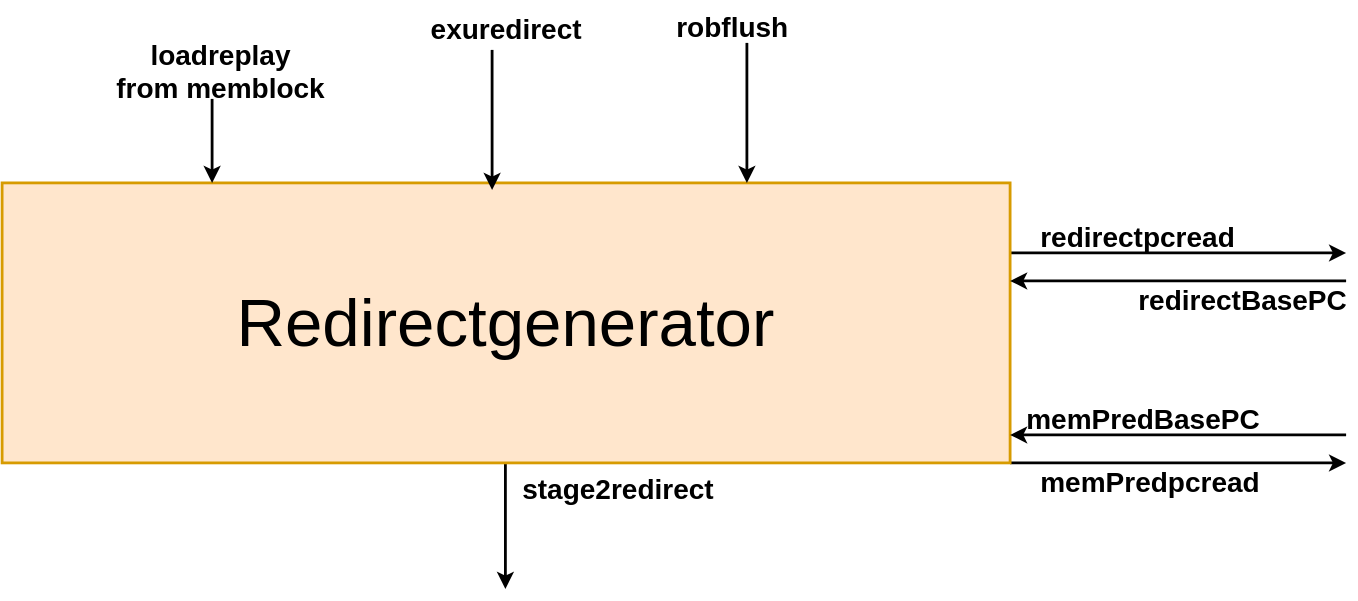
Before: docs/backend/CtrlBlock/figure/Redirect-Overview.svg, a diagram exported from draw.io (OpenXiangShan/XiangShan-Design-Doc). Source tidied: cells renumbered, new cells last; positions are measured from the earlier drawing's top-left corner, leaving out a move shared by most shapes. Source of this version:
```xml
<mxGraphModel>
  <root>
    <mxCell id="0" />
    <mxCell id="1" parent="0" />
    <mxCell id="2" style="edgeStyle=orthogonalEdgeStyle;rounded=0;jettySize=auto;html=1;entryX=0.75;entryY=1;entryDx=0;entryDy=0;strokeWidth=2;" parent="1" edge="1" source="5">
      <mxGeometry relative="1" as="geometry">
        <mxPoint x="359.5" y="420" as="targetPoint" />
      </mxGeometry>
    </mxCell>
    <mxCell id="3" style="edgeStyle=orthogonalEdgeStyle;rounded=0;jettySize=auto;html=1;exitX=1;exitY=0.25;exitDx=0;exitDy=0;entryX=0;entryY=0.25;entryDx=0;entryDy=0;strokeWidth=2;" parent="1" edge="1" source="5">
      <mxGeometry relative="1" as="geometry">
        <mxPoint x="960" y="180" as="targetPoint" />
      </mxGeometry>
    </mxCell>
    <mxCell id="4" style="edgeStyle=orthogonalEdgeStyle;rounded=0;jettySize=auto;html=1;exitX=1;exitY=1;exitDx=0;exitDy=0;entryX=0;entryY=1;entryDx=0;entryDy=0;strokeWidth=2;" parent="1" edge="1" source="5">
      <mxGeometry relative="1" as="geometry">
        <mxPoint x="960" y="330" as="targetPoint" />
        <Array as="points">
          <mxPoint x="840" y="330" />
          <mxPoint x="840" y="330" />
        </Array>
      </mxGeometry>
    </mxCell>
    <mxCell id="5" value="&lt;font style=&quot;font-size: 48px;&quot;&gt;Redirectgenerator&lt;/font&gt;" style="rounded=0;whiteSpace=wrap;html=1;fillColor=#ffe6cc;strokeColor=#d79b00;strokeWidth=2;" parent="1" vertex="1">
      <mxGeometry y="130" width="720" height="200" as="geometry" />
    </mxCell>
    <mxCell id="6" value="&lt;div style=&quot;text-align: center;&quot;&gt;&lt;span style=&quot;font-size: 20px; text-wrap: nowrap;&quot;&gt;&lt;b&gt;robflush&lt;/b&gt;&lt;/span&gt;&lt;/div&gt;" style="text;whiteSpace=wrap;html=1;" parent="1" vertex="1">
      <mxGeometry x="480" width="140" height="50" as="geometry" />
    </mxCell>
    <mxCell id="7" style="endArrow=classic;html=1;rounded=0;fontSize=20;entryX=0.25;entryY=0;entryDx=0;entryDy=0;strokeWidth=2;fontStyle=1;" parent="1" edge="1" source="14">
      <mxGeometry x="0.5" relative="1" as="geometry">
        <mxPoint x="150" y="130" as="targetPoint" />
      </mxGeometry>
    </mxCell>
    <mxCell id="8" value="&lt;div style=&quot;text-align: center;&quot;&gt;&lt;span style=&quot;background-color: initial; font-size: 20px; text-wrap: nowrap;&quot;&gt;&lt;b&gt;stage2redirect&lt;/b&gt;&lt;/span&gt;&lt;/div&gt;" style="text;whiteSpace=wrap;html=1;" parent="1" vertex="1">
      <mxGeometry x="370" y="330" width="140" height="50" as="geometry" />
    </mxCell>
    <mxCell id="9" style="edgeStyle=orthogonalEdgeStyle;rounded=0;orthogonalLoop=1;jettySize=auto;html=1;entryX=1;entryY=0.5;entryDx=0;entryDy=0;strokeWidth=2;" parent="1" edge="1">
      <mxGeometry relative="1" as="geometry">
        <mxPoint x="960" y="200" as="sourcePoint" />
        <mxPoint x="720" y="200" as="targetPoint" />
        <Array as="points">
          <mxPoint x="910" y="200" />
          <mxPoint x="910" y="200" />
        </Array>
      </mxGeometry>
    </mxCell>
    <mxCell id="10" value="&lt;div style=&quot;text-align: center;&quot;&gt;&lt;span style=&quot;font-size: 20px; text-wrap: nowrap;&quot;&gt;&lt;b&gt;redirectpcread&lt;/b&gt;&lt;/span&gt;&lt;/div&gt;" style="text;whiteSpace=wrap;html=1;" parent="1" vertex="1">
      <mxGeometry x="740" y="150" width="140" height="50" as="geometry" />
    </mxCell>
    <mxCell id="11" value="&lt;div style=&quot;text-align: center;&quot;&gt;&lt;span style=&quot;font-size: 20px; text-wrap: nowrap;&quot;&gt;&lt;b&gt;redirectBasePC&lt;/b&gt;&lt;/span&gt;&lt;/div&gt;" style="text;whiteSpace=wrap;html=1;" parent="1" vertex="1">
      <mxGeometry x="810" y="195" width="140" height="25" as="geometry" />
    </mxCell>
    <mxCell id="12" value="&lt;div style=&quot;text-align: center;&quot;&gt;&lt;span style=&quot;font-size: 20px; text-wrap: nowrap;&quot;&gt;&lt;b&gt;memPredBasePC&lt;/b&gt;&lt;/span&gt;&lt;/div&gt;" style="text;whiteSpace=wrap;html=1;" parent="1" vertex="1">
      <mxGeometry x="730" y="280" width="140" height="50" as="geometry" />
    </mxCell>
    <mxCell id="13" value="&lt;div style=&quot;text-align: center;&quot;&gt;&lt;span style=&quot;font-size: 20px; text-wrap: nowrap;&quot;&gt;&lt;b&gt;memPredpcread&lt;/b&gt;&lt;/span&gt;&lt;/div&gt;" style="text;whiteSpace=wrap;html=1;" parent="1" vertex="1">
      <mxGeometry x="740" y="325" width="140" height="50" as="geometry" />
    </mxCell>
    <mxCell id="14" value="&lt;div style=&quot;text-align: center;&quot;&gt;&lt;span style=&quot;background-color: initial; font-size: 20px; text-wrap: nowrap;&quot;&gt;&lt;b&gt;loadreplay&lt;/b&gt;&lt;/span&gt;&lt;/div&gt;&lt;div style=&quot;text-align: center;&quot;&gt;&lt;span style=&quot;background-color: initial; font-size: 20px; text-wrap: nowrap;&quot;&gt;&lt;b&gt;from memblock&lt;/b&gt;&lt;/span&gt;&lt;/div&gt;" style="text;whiteSpace=wrap;html=1;" parent="1" vertex="1">
      <mxGeometry x="80" y="20" width="140" height="50" as="geometry" />
    </mxCell>
    <mxCell id="15" value="&lt;b&gt;exuredirect&lt;/b&gt;" style="endArrow=classic;html=1;rounded=0;fontSize=20;entryX=0.75;entryY=0;entryDx=0;entryDy=0;labelBackgroundColor=none;strokeWidth=2;fontStyle=1;" parent="1" edge="1">
      <mxGeometry x="-1" y="18" relative="1" as="geometry">
        <mxPoint x="350" y="35" as="sourcePoint" />
        <mxPoint x="350" y="135" as="targetPoint" />
        <mxPoint x="-8" y="-15" as="offset" />
      </mxGeometry>
    </mxCell>
    <mxCell id="16" style="endArrow=classic;html=1;rounded=0;fontSize=20;entryX=0.75;entryY=0;entryDx=0;entryDy=0;labelBackgroundColor=none;strokeWidth=2;fontStyle=1;" parent="1" edge="1">
      <mxGeometry x="-1" y="18" relative="1" as="geometry">
        <mxPoint x="532" y="30" as="sourcePoint" />
        <mxPoint x="532" y="130" as="targetPoint" />
        <mxPoint x="-8" y="-15" as="offset" />
      </mxGeometry>
    </mxCell>
    <mxCell id="17" style="edgeStyle=orthogonalEdgeStyle;rounded=0;orthogonalLoop=1;jettySize=auto;html=1;entryX=1;entryY=0.5;entryDx=0;entryDy=0;strokeWidth=2;" parent="1" edge="1">
      <mxGeometry relative="1" as="geometry">
        <mxPoint x="960" y="310" as="sourcePoint" />
        <mxPoint x="720" y="310" as="targetPoint" />
        <Array as="points">
          <mxPoint x="910" y="310" />
          <mxPoint x="910" y="310" />
        </Array>
      </mxGeometry>
    </mxCell>
  </root>
</mxGraphModel>
```
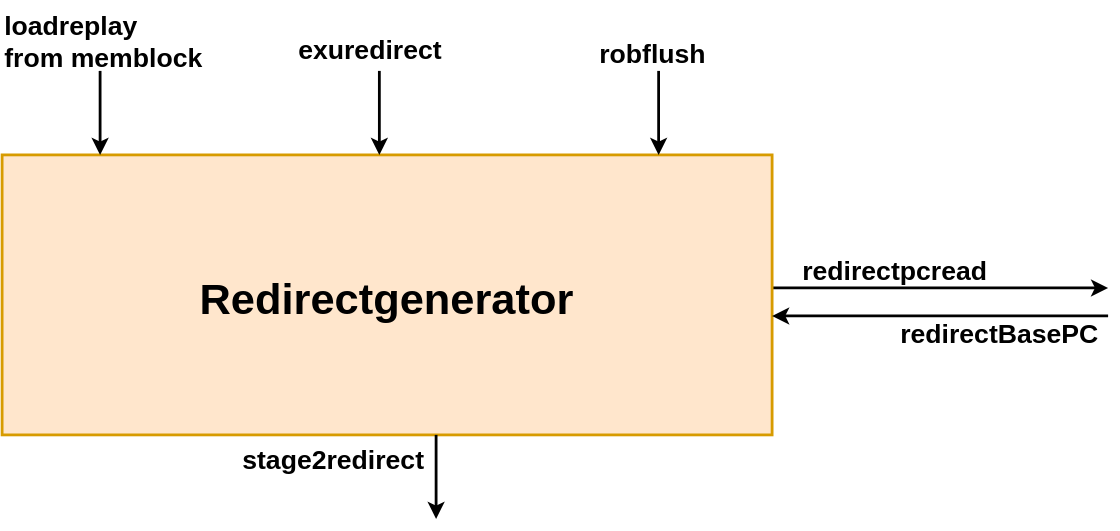
Later version of the same file.

What changed in the source:
```diff
@@ -2,87 +2,65 @@
   <root>
     <mxCell id="0" />
     <mxCell id="1" parent="0" />
-    <mxCell id="2" style="edgeStyle=orthogonalEdgeStyle;rounded=0;jettySize=auto;html=1;entryX=0.75;entryY=1;entryDx=0;entryDy=0;strokeWidth=2;" parent="1" edge="1" source="5">
+    <mxCell id="2" style="edgeStyle=orthogonalEdgeStyle;rounded=0;orthogonalLoop=1;jettySize=auto;exitX=1;exitY=0.25;exitDx=0;exitDy=0;entryX=0;entryY=0.25;entryDx=0;entryDy=0;strokeWidth=2;fontStyle=1;fontSize=19;" parent="1" edge="1">
       <mxGeometry relative="1" as="geometry">
-        <mxPoint x="359.5" y="420" as="targetPoint" />
+        <mxPoint x="880" y="-3205" as="sourcePoint" />
+        <mxPoint x="1120" y="-3205" as="targetPoint" />
       </mxGeometry>
     </mxCell>
-    <mxCell id="3" style="edgeStyle=orthogonalEdgeStyle;rounded=0;jettySize=auto;html=1;exitX=1;exitY=0.25;exitDx=0;exitDy=0;entryX=0;entryY=0.25;entryDx=0;entryDy=0;strokeWidth=2;" parent="1" edge="1" source="5">
-      <mxGeometry relative="1" as="geometry">
-        <mxPoint x="960" y="180" as="targetPoint" />
-      </mxGeometry>
+    <mxCell id="3" value="Redirectgenerator" style="rounded=0;fillColor=#ffe6cc;strokeColor=#d79b00;strokeWidth=2;fontStyle=1;fontSize=31;" parent="1" vertex="1">
+      <mxGeometry x="330" y="-3300" width="550" height="200" as="geometry" />
     </mxCell>
-    <mxCell id="4" style="edgeStyle=orthogonalEdgeStyle;rounded=0;jettySize=auto;html=1;exitX=1;exitY=1;exitDx=0;exitDy=0;entryX=0;entryY=1;entryDx=0;entryDy=0;strokeWidth=2;" parent="1" edge="1" source="5">
-      <mxGeometry relative="1" as="geometry">
-        <mxPoint x="960" y="330" as="targetPoint" />
-        <Array as="points">
-          <mxPoint x="840" y="330" />
-          <mxPoint x="840" y="330" />
-        </Array>
-      </mxGeometry>
+    <mxCell id="4" value="exuredirect" style="text;fontStyle=1;fontSize=19;" parent="1" vertex="1">
+      <mxGeometry x="540" y="-3393" width="140" height="53" as="geometry" />
     </mxCell>
-    <mxCell id="5" value="&lt;font style=&quot;font-size: 48px;&quot;&gt;Redirectgenerator&lt;/font&gt;" style="rounded=0;whiteSpace=wrap;html=1;fillColor=#ffe6cc;strokeColor=#d79b00;strokeWidth=2;" parent="1" vertex="1">
-      <mxGeometry y="130" width="720" height="200" as="geometry" />
+    <mxCell id="5" value="robflush" style="text;fontStyle=1;fontSize=19;" parent="1" vertex="1">
+      <mxGeometry x="755" y="-3390" width="140" height="50" as="geometry" />
     </mxCell>
-    <mxCell id="6" value="&lt;div style=&quot;text-align: center;&quot;&gt;&lt;span style=&quot;font-size: 20px; text-wrap: nowrap;&quot;&gt;&lt;b&gt;robflush&lt;/b&gt;&lt;/span&gt;&lt;/div&gt;" style="text;whiteSpace=wrap;html=1;" parent="1" vertex="1">
-      <mxGeometry x="480" width="140" height="50" as="geometry" />
+    <mxCell id="6" style="endArrow=classic;rounded=0;fontSize=19;entryX=0.25;entryY=0;entryDx=0;entryDy=0;strokeWidth=2;fontStyle=1;" parent="1" edge="1" source="11">
+      <mxGeometry x="0.5" relative="1" as="geometry">
+        <mxPoint x="400" y="-3300" as="targetPoint" />
+      </mxGeometry>
     </mxCell>
-    <mxCell id="7" style="endArrow=classic;html=1;rounded=0;fontSize=20;entryX=0.25;entryY=0;entryDx=0;entryDy=0;strokeWidth=2;fontStyle=1;" parent="1" edge="1" source="14">
-      <mxGeometry x="0.5" relative="1" as="geometry">
-        <mxPoint x="150" y="130" as="targetPoint" />
-      </mxGeometry>
+    <mxCell id="7" value="stage2redirect" style="text;fontStyle=1;fontSize=19;" parent="1" vertex="1">
+      <mxGeometry x="500" y="-3100" width="140" height="50" as="geometry" />
     </mxCell>
-    <mxCell id="8" value="&lt;div style=&quot;text-align: center;&quot;&gt;&lt;span style=&quot;background-color: initial; font-size: 20px; text-wrap: nowrap;&quot;&gt;&lt;b&gt;stage2redirect&lt;/b&gt;&lt;/span&gt;&lt;/div&gt;" style="text;whiteSpace=wrap;html=1;" parent="1" vertex="1">
-      <mxGeometry x="370" y="330" width="140" height="50" as="geometry" />
+    <mxCell id="8" style="edgeStyle=orthogonalEdgeStyle;rounded=0;orthogonalLoop=1;jettySize=auto;entryX=1;entryY=0.5;entryDx=0;entryDy=0;strokeWidth=2;fontStyle=1;fontSize=19;" parent="1" edge="1">
+      <mxGeometry relative="1" as="geometry">
+        <mxPoint x="1120" y="-3185" as="sourcePoint" />
+        <mxPoint x="880" y="-3185" as="targetPoint" />
+        <Array as="points">
+          <mxPoint x="1070" y="-3185" />
+          <mxPoint x="1070" y="-3185" />
+        </Array>
+      </mxGeometry>
     </mxCell>
-    <mxCell id="9" style="edgeStyle=orthogonalEdgeStyle;rounded=0;orthogonalLoop=1;jettySize=auto;html=1;entryX=1;entryY=0.5;entryDx=0;entryDy=0;strokeWidth=2;" parent="1" edge="1">
-      <mxGeometry relative="1" as="geometry">
-        <mxPoint x="960" y="200" as="sourcePoint" />
-        <mxPoint x="720" y="200" as="targetPoint" />
-        <Array as="points">
-          <mxPoint x="910" y="200" />
-          <mxPoint x="910" y="200" />
-        </Array>
-      </mxGeometry>
+    <mxCell id="9" value="redirectpcread" style="text;fontStyle=1;fontSize=19;" parent="1" vertex="1">
+      <mxGeometry x="900" y="-3235" width="140" height="50" as="geometry" />
     </mxCell>
-    <mxCell id="10" value="&lt;div style=&quot;text-align: center;&quot;&gt;&lt;span style=&quot;font-size: 20px; text-wrap: nowrap;&quot;&gt;&lt;b&gt;redirectpcread&lt;/b&gt;&lt;/span&gt;&lt;/div&gt;" style="text;whiteSpace=wrap;html=1;" parent="1" vertex="1">
-      <mxGeometry x="740" y="150" width="140" height="50" as="geometry" />
+    <mxCell id="10" value="redirectBasePC" style="text;fontStyle=1;fontSize=19;" parent="1" vertex="1">
+      <mxGeometry x="970" y="-3190" width="140" height="25" as="geometry" />
     </mxCell>
-    <mxCell id="11" value="&lt;div style=&quot;text-align: center;&quot;&gt;&lt;span style=&quot;font-size: 20px; text-wrap: nowrap;&quot;&gt;&lt;b&gt;redirectBasePC&lt;/b&gt;&lt;/span&gt;&lt;/div&gt;" style="text;whiteSpace=wrap;html=1;" parent="1" vertex="1">
-      <mxGeometry x="810" y="195" width="140" height="25" as="geometry" />
+    <mxCell id="11" value="loadreplay&#10;from memblock" style="text;fontStyle=1;fontSize=19;" parent="1" vertex="1">
+      <mxGeometry x="330" y="-3410" width="140" height="50" as="geometry" />
     </mxCell>
-    <mxCell id="12" value="&lt;div style=&quot;text-align: center;&quot;&gt;&lt;span style=&quot;font-size: 20px; text-wrap: nowrap;&quot;&gt;&lt;b&gt;memPredBasePC&lt;/b&gt;&lt;/span&gt;&lt;/div&gt;" style="text;whiteSpace=wrap;html=1;" parent="1" vertex="1">
-      <mxGeometry x="730" y="280" width="140" height="50" as="geometry" />
+    <mxCell id="12" style="endArrow=classic;rounded=0;fontSize=19;entryX=0.25;entryY=0;entryDx=0;entryDy=0;strokeWidth=2;fontStyle=1;" parent="1" edge="1">
+      <mxGeometry x="0.5" relative="1" as="geometry">
+        <mxPoint x="599.5" y="-3360" as="sourcePoint" />
+        <mxPoint x="599.5" y="-3300" as="targetPoint" />
+      </mxGeometry>
     </mxCell>
-    <mxCell id="13" value="&lt;div style=&quot;text-align: center;&quot;&gt;&lt;span style=&quot;font-size: 20px; text-wrap: nowrap;&quot;&gt;&lt;b&gt;memPredpcread&lt;/b&gt;&lt;/span&gt;&lt;/div&gt;" style="text;whiteSpace=wrap;html=1;" parent="1" vertex="1">
-      <mxGeometry x="740" y="325" width="140" height="50" as="geometry" />
+    <mxCell id="13" style="endArrow=classic;rounded=0;fontSize=19;entryX=0.25;entryY=0;entryDx=0;entryDy=0;strokeWidth=2;fontStyle=1;" parent="1" edge="1">
+      <mxGeometry x="0.5" relative="1" as="geometry">
+        <mxPoint x="799" y="-3360" as="sourcePoint" />
+        <mxPoint x="799" y="-3300" as="targetPoint" />
+      </mxGeometry>
     </mxCell>
-    <mxCell id="14" value="&lt;div style=&quot;text-align: center;&quot;&gt;&lt;span style=&quot;background-color: initial; font-size: 20px; text-wrap: nowrap;&quot;&gt;&lt;b&gt;loadreplay&lt;/b&gt;&lt;/span&gt;&lt;/div&gt;&lt;div style=&quot;text-align: center;&quot;&gt;&lt;span style=&quot;background-color: initial; font-size: 20px; text-wrap: nowrap;&quot;&gt;&lt;b&gt;from memblock&lt;/b&gt;&lt;/span&gt;&lt;/div&gt;" style="text;whiteSpace=wrap;html=1;" parent="1" vertex="1">
-      <mxGeometry x="80" y="20" width="140" height="50" as="geometry" />
+    <mxCell id="14" style="endArrow=classic;rounded=0;fontSize=19;entryX=0.25;entryY=0;entryDx=0;entryDy=0;strokeWidth=2;fontStyle=1;" parent="1" edge="1">
+      <mxGeometry x="0.5" relative="1" as="geometry">
+        <mxPoint x="640" y="-3100" as="sourcePoint" />
+        <mxPoint x="640" y="-3040" as="targetPoint" />
+      </mxGeometry>
     </mxCell>
-    <mxCell id="15" value="&lt;b&gt;exuredirect&lt;/b&gt;" style="endArrow=classic;html=1;rounded=0;fontSize=20;entryX=0.75;entryY=0;entryDx=0;entryDy=0;labelBackgroundColor=none;strokeWidth=2;fontStyle=1;" parent="1" edge="1">
-      <mxGeometry x="-1" y="18" relative="1" as="geometry">
-        <mxPoint x="350" y="35" as="sourcePoint" />
-        <mxPoint x="350" y="135" as="targetPoint" />
-        <mxPoint x="-8" y="-15" as="offset" />
-      </mxGeometry>
-    </mxCell>
-    <mxCell id="16" style="endArrow=classic;html=1;rounded=0;fontSize=20;entryX=0.75;entryY=0;entryDx=0;entryDy=0;labelBackgroundColor=none;strokeWidth=2;fontStyle=1;" parent="1" edge="1">
-      <mxGeometry x="-1" y="18" relative="1" as="geometry">
-        <mxPoint x="532" y="30" as="sourcePoint" />
-        <mxPoint x="532" y="130" as="targetPoint" />
-        <mxPoint x="-8" y="-15" as="offset" />
-      </mxGeometry>
-    </mxCell>
-    <mxCell id="17" style="edgeStyle=orthogonalEdgeStyle;rounded=0;orthogonalLoop=1;jettySize=auto;html=1;entryX=1;entryY=0.5;entryDx=0;entryDy=0;strokeWidth=2;" parent="1" edge="1">
-      <mxGeometry relative="1" as="geometry">
-        <mxPoint x="960" y="310" as="sourcePoint" />
-        <mxPoint x="720" y="310" as="targetPoint" />
-        <Array as="points">
-          <mxPoint x="910" y="310" />
-          <mxPoint x="910" y="310" />
-        </Array>
-      </mxGeometry>
-    </mxCell>
   </root>
 </mxGraphModel>
```
